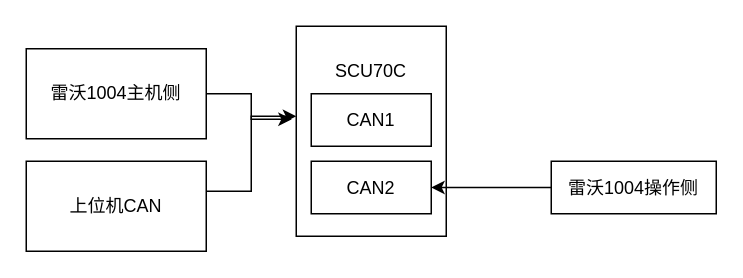
Before: LVOVO1004.drawio in Hanye1108/drawio, a draw.io diagram. Source tidied: cells renumbered, new cells numbered last; positions are measured from the earlier drawing's top-left corner, leaving out a move shared by most shapes. Both pictures are drawn from the tidied source at 150%, with x=0, y=0 at pixel (26, 26).
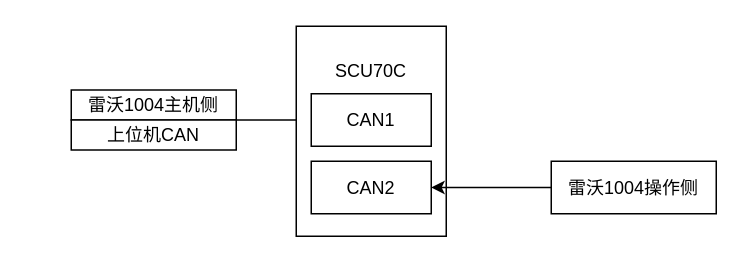
The same diagram, later.

What changed in the source:
```diff
@@
 <mxGraphModel>
   <root>
     <mxCell id="0" />
     <mxCell id="1" parent="0" />
     <mxCell id="2" value="雷沃1004主机侧" style="rounded=0;whiteSpace=wrap;html=1;" parent="1" vertex="1">
-      <mxGeometry y="15" width="120" height="60" as="geometry" />
+      <mxGeometry x="30" y="42.5" width="110" height="20" as="geometry" />
     </mxCell>
-    <mxCell id="3" style="edgeStyle=orthogonalEdgeStyle;rounded=0;orthogonalLoop=1;jettySize=auto;html=1;exitX=1;exitY=0.5;exitDx=0;exitDy=0;entryX=0;entryY=0.5;entryDx=0;entryDy=0;" parent="1" edge="1">
-      <mxGeometry relative="1" as="geometry">
-        <mxPoint x="120" y="110" as="sourcePoint" />
-        <mxPoint x="180" y="60" as="targetPoint" />
-        <Array as="points">
-          <mxPoint x="150" y="110" />
-          <mxPoint x="150" y="60" />
-        </Array>
-      </mxGeometry>
-    </mxCell>
+    <mxCell id="12" style="edgeStyle=orthogonalEdgeStyle;rounded=0;jettySize=auto;html=1;exitX=1;exitY=0;exitDx=0;exitDy=0;entryX=0;entryY=0.5;entryDx=0;entryDy=0;" parent="1" edge="1" source="4" target="6">
+      <mxGeometry relative="1" as="geometry">
+        <Array as="points">
+          <mxPoint x="150" y="63" />
+          <mxPoint x="150" y="63" />
+        </Array>
+      </mxGeometry>
+    </mxCell>
     <mxCell id="4" value="上位机CAN" style="rounded=0;whiteSpace=wrap;html=1;" parent="1" vertex="1">
-      <mxGeometry y="90" width="120" height="60" as="geometry" />
+      <mxGeometry x="30" y="62.5" width="110" height="20" as="geometry" />
     </mxCell>
     <mxCell id="5" style="rounded=0;whiteSpace=wrap;html=1;" parent="1" vertex="1">
       <mxGeometry x="180" width="100" height="140" as="geometry" />
     </mxCell>
     <mxCell id="6" value="CAN1" style="rounded=0;whiteSpace=wrap;html=1;" parent="1" vertex="1">
       <mxGeometry x="190" y="45" width="80" height="35" as="geometry" />
     </mxCell>
     <mxCell id="7" value="CAN2" style="rounded=0;whiteSpace=wrap;html=1;" parent="1" vertex="1">
       <mxGeometry x="190" y="90" width="80" height="35" as="geometry" />
     </mxCell>
     <mxCell id="8" value="SCU70C" style="text;html=1;align=center;verticalAlign=middle;whiteSpace=wrap;rounded=0;" parent="1" vertex="1">
       <mxGeometry x="200" y="15" width="60" height="30" as="geometry" />
     </mxCell>
-    <mxCell id="9" style="edgeStyle=orthogonalEdgeStyle;rounded=0;jettySize=auto;html=1;exitX=1;exitY=0.5;exitDx=0;exitDy=0;entryX=-0.03;entryY=0.443;entryDx=0;entryDy=0;entryPerimeter=0;" parent="1" edge="1" source="2" target="5">
-      <mxGeometry relative="1" as="geometry" />
-    </mxCell>
     <mxCell id="10" style="edgeStyle=orthogonalEdgeStyle;rounded=0;jettySize=auto;html=1;exitX=0;exitY=0.5;exitDx=0;exitDy=0;entryX=1;entryY=0.5;entryDx=0;entryDy=0;" parent="1" edge="1" source="11" target="7">
       <mxGeometry relative="1" as="geometry" />
     </mxCell>
     <mxCell id="11" value="雷沃1004操作侧" style="rounded=0;whiteSpace=wrap;html=1;" parent="1" vertex="1">
       <mxGeometry x="350" y="90" width="110" height="35" as="geometry" />
     </mxCell>
   </root>
 </mxGraphModel>
```
